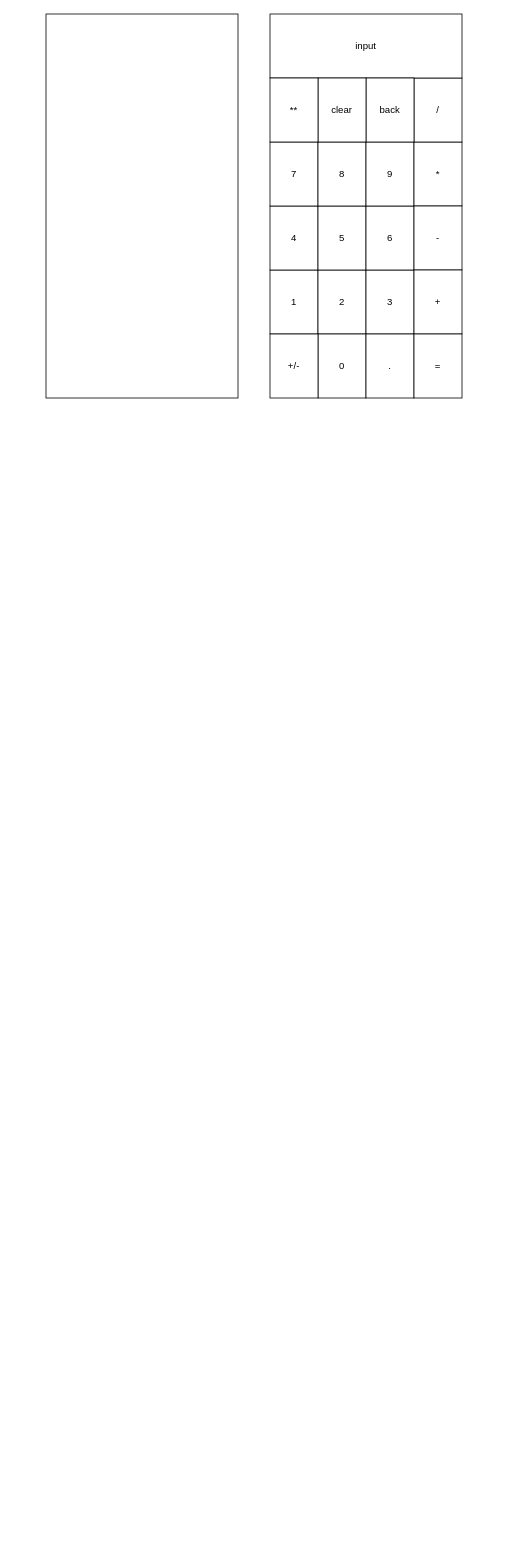
RubyProject-1/Calculator keeps this draw.io diagram as calc.drawio. Above is the earlier version. Source tidied: cells renumbered, new cells numbered last; positions are measured from the earlier drawing's top-left corner, leaving out a move shared by most shapes. Both pictures are drawn from the tidied source at 80%, with x=0, y=0 at pixel (46, 14).
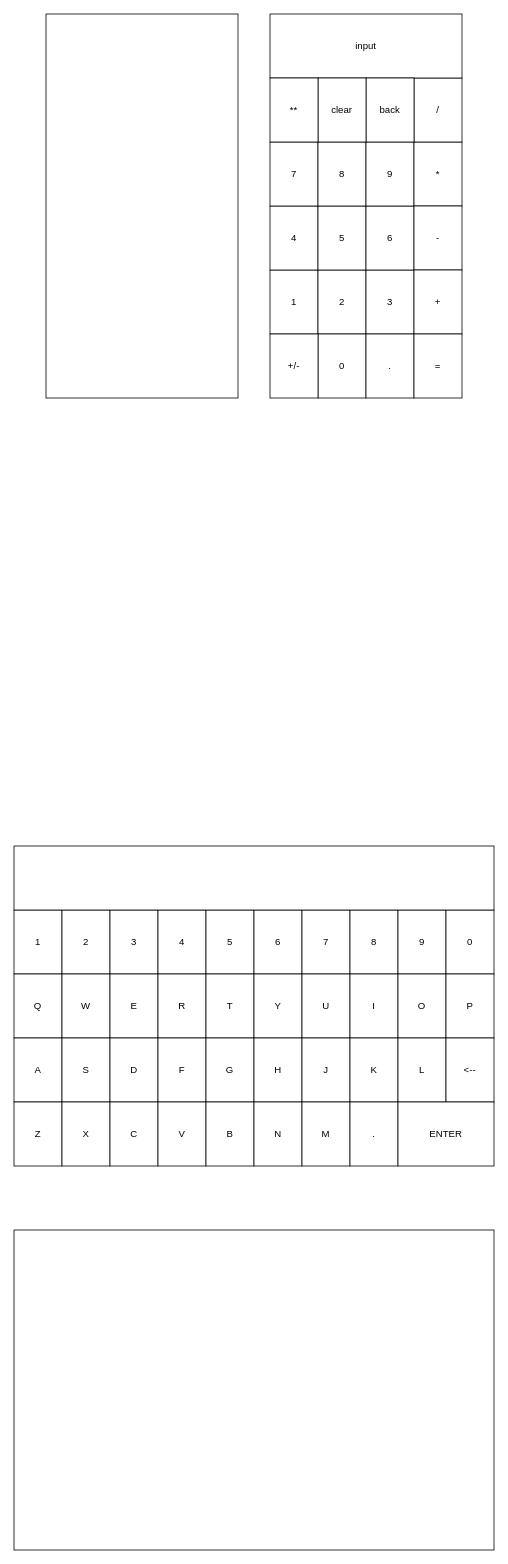
The same page after the edit.

The edit, as a diff of the source:
```diff
@@
+    <mxCell id="24" value="1" style="rounded=0;whiteSpace=wrap;html=1;" parent="1" vertex="1">
+      <mxGeometry x="-40" y="1120" width="60" height="80" as="geometry" />
+    </mxCell>
+    <mxCell id="25" value="2" style="rounded=0;whiteSpace=wrap;html=1;" parent="1" vertex="1">
+      <mxGeometry x="20" y="1120" width="60" height="80" as="geometry" />
+    </mxCell>
+    <mxCell id="26" value="3" style="rounded=0;whiteSpace=wrap;html=1;" parent="1" vertex="1">
+      <mxGeometry x="80" y="1120" width="60" height="80" as="geometry" />
+    </mxCell>
+    <mxCell id="27" value="4" style="rounded=0;whiteSpace=wrap;html=1;" parent="1" vertex="1">
+      <mxGeometry x="140" y="1120" width="60" height="80" as="geometry" />
+    </mxCell>
+    <mxCell id="28" value="5" style="rounded=0;whiteSpace=wrap;html=1;" parent="1" vertex="1">
+      <mxGeometry x="200" y="1120" width="60" height="80" as="geometry" />
+    </mxCell>
+    <mxCell id="29" value="6" style="rounded=0;whiteSpace=wrap;html=1;" parent="1" vertex="1">
+      <mxGeometry x="260" y="1120" width="60" height="80" as="geometry" />
+    </mxCell>
+    <mxCell id="30" value="7" style="rounded=0;whiteSpace=wrap;html=1;" parent="1" vertex="1">
+      <mxGeometry x="320" y="1120" width="60" height="80" as="geometry" />
+    </mxCell>
+    <mxCell id="31" value="8" style="rounded=0;whiteSpace=wrap;html=1;" parent="1" vertex="1">
+      <mxGeometry x="380" y="1120" width="60" height="80" as="geometry" />
+    </mxCell>
+    <mxCell id="32" value="9" style="rounded=0;whiteSpace=wrap;html=1;" parent="1" vertex="1">
+      <mxGeometry x="440" y="1120" width="60" height="80" as="geometry" />
+    </mxCell>
+    <mxCell id="33" value="0" style="rounded=0;whiteSpace=wrap;html=1;" parent="1" vertex="1">
+      <mxGeometry x="500" y="1120" width="60" height="80" as="geometry" />
+    </mxCell>
+    <mxCell id="34" value="Q" style="rounded=0;whiteSpace=wrap;html=1;" parent="1" vertex="1">
+      <mxGeometry x="-40" y="1200" width="60" height="80" as="geometry" />
+    </mxCell>
+    <mxCell id="35" value="W" style="rounded=0;whiteSpace=wrap;html=1;" parent="1" vertex="1">
+      <mxGeometry x="20" y="1200" width="60" height="80" as="geometry" />
+    </mxCell>
+    <mxCell id="36" value="E" style="rounded=0;whiteSpace=wrap;html=1;" parent="1" vertex="1">
+      <mxGeometry x="80" y="1200" width="60" height="80" as="geometry" />
+    </mxCell>
+    <mxCell id="37" value="R" style="rounded=0;whiteSpace=wrap;html=1;" parent="1" vertex="1">
+      <mxGeometry x="140" y="1200" width="60" height="80" as="geometry" />
+    </mxCell>
+    <mxCell id="38" value="T" style="rounded=0;whiteSpace=wrap;html=1;" parent="1" vertex="1">
+      <mxGeometry x="200" y="1200" width="60" height="80" as="geometry" />
+    </mxCell>
+    <mxCell id="39" value="Y" style="rounded=0;whiteSpace=wrap;html=1;" parent="1" vertex="1">
+      <mxGeometry x="260" y="1200" width="60" height="80" as="geometry" />
+    </mxCell>
+    <mxCell id="40" value="U" style="rounded=0;whiteSpace=wrap;html=1;" parent="1" vertex="1">
+      <mxGeometry x="320" y="1200" width="60" height="80" as="geometry" />
+    </mxCell>
+    <mxCell id="41" value="I" style="rounded=0;whiteSpace=wrap;html=1;" parent="1" vertex="1">
+      <mxGeometry x="380" y="1200" width="60" height="80" as="geometry" />
+    </mxCell>
+    <mxCell id="42" value="O" style="rounded=0;whiteSpace=wrap;html=1;" parent="1" vertex="1">
+      <mxGeometry x="440" y="1200" width="60" height="80" as="geometry" />
+    </mxCell>
+    <mxCell id="43" value="P" style="rounded=0;whiteSpace=wrap;html=1;" parent="1" vertex="1">
+      <mxGeometry x="500" y="1200" width="60" height="80" as="geometry" />
+    </mxCell>
+    <mxCell id="44" value="A" style="rounded=0;whiteSpace=wrap;html=1;" parent="1" vertex="1">
+      <mxGeometry x="-40" y="1280" width="60" height="80" as="geometry" />
+    </mxCell>
+    <mxCell id="45" value="S" style="rounded=0;whiteSpace=wrap;html=1;" parent="1" vertex="1">
+      <mxGeometry x="20" y="1280" width="60" height="80" as="geometry" />
+    </mxCell>
+    <mxCell id="46" value="D" style="rounded=0;whiteSpace=wrap;html=1;" parent="1" vertex="1">
+      <mxGeometry x="80" y="1280" width="60" height="80" as="geometry" />
+    </mxCell>
+    <mxCell id="47" value="F" style="rounded=0;whiteSpace=wrap;html=1;" parent="1" vertex="1">
+      <mxGeometry x="140" y="1280" width="60" height="80" as="geometry" />
+    </mxCell>
+    <mxCell id="48" value="G" style="rounded=0;whiteSpace=wrap;html=1;" parent="1" vertex="1">
+      <mxGeometry x="200" y="1280" width="60" height="80" as="geometry" />
+    </mxCell>
+    <mxCell id="49" value="H" style="rounded=0;whiteSpace=wrap;html=1;" parent="1" vertex="1">
+      <mxGeometry x="260" y="1280" width="60" height="80" as="geometry" />
+    </mxCell>
+    <mxCell id="50" value="J" style="rounded=0;whiteSpace=wrap;html=1;" parent="1" vertex="1">
+      <mxGeometry x="320" y="1280" width="60" height="80" as="geometry" />
+    </mxCell>
+    <mxCell id="51" value="K" style="rounded=0;whiteSpace=wrap;html=1;" parent="1" vertex="1">
+      <mxGeometry x="380" y="1280" width="60" height="80" as="geometry" />
+    </mxCell>
+    <mxCell id="52" value="L" style="rounded=0;whiteSpace=wrap;html=1;" parent="1" vertex="1">
+      <mxGeometry x="440" y="1280" width="60" height="80" as="geometry" />
+    </mxCell>
+    <mxCell id="53" value="Z" style="rounded=0;whiteSpace=wrap;html=1;" parent="1" vertex="1">
+      <mxGeometry x="-40" y="1360" width="60" height="80" as="geometry" />
+    </mxCell>
+    <mxCell id="54" value="X" style="rounded=0;whiteSpace=wrap;html=1;" parent="1" vertex="1">
+      <mxGeometry x="20" y="1360" width="60" height="80" as="geometry" />
+    </mxCell>
+    <mxCell id="55" value="C" style="rounded=0;whiteSpace=wrap;html=1;" parent="1" vertex="1">
+      <mxGeometry x="80" y="1360" width="60" height="80" as="geometry" />
+    </mxCell>
+    <mxCell id="56" value="V" style="rounded=0;whiteSpace=wrap;html=1;" parent="1" vertex="1">
+      <mxGeometry x="140" y="1360" width="60" height="80" as="geometry" />
+    </mxCell>
+    <mxCell id="57" value="B" style="rounded=0;whiteSpace=wrap;html=1;" parent="1" vertex="1">
+      <mxGeometry x="200" y="1360" width="60" height="80" as="geometry" />
+    </mxCell>
+    <mxCell id="58" value="N" style="rounded=0;whiteSpace=wrap;html=1;" parent="1" vertex="1">
+      <mxGeometry x="260" y="1360" width="60" height="80" as="geometry" />
+    </mxCell>
+    <mxCell id="59" value="M" style="rounded=0;whiteSpace=wrap;html=1;" parent="1" vertex="1">
+      <mxGeometry x="320" y="1360" width="60" height="80" as="geometry" />
+    </mxCell>
+    <mxCell id="60" value="." style="rounded=0;whiteSpace=wrap;html=1;" parent="1" vertex="1">
+      <mxGeometry x="380" y="1360" width="60" height="80" as="geometry" />
+    </mxCell>
+    <mxCell id="61" value="&amp;lt;--" style="rounded=0;whiteSpace=wrap;html=1;" parent="1" vertex="1">
+      <mxGeometry x="500" y="1280" width="60" height="80" as="geometry" />
+    </mxCell>
+    <mxCell id="62" style="rounded=0;whiteSpace=wrap;html=1;" parent="1" vertex="1">
+      <mxGeometry x="-40" y="1040" width="600" height="80" as="geometry" />
+    </mxCell>
+    <mxCell id="63" style="rounded=0;whiteSpace=wrap;html=1;" parent="1" vertex="1">
+      <mxGeometry x="-40" y="1520" width="600" height="400" as="geometry" />
+    </mxCell>
+    <mxCell id="64" value="ENTER" style="rounded=0;whiteSpace=wrap;html=1;" parent="1" vertex="1">
+      <mxGeometry x="440" y="1360" width="120" height="80" as="geometry" />
+    </mxCell>
```
